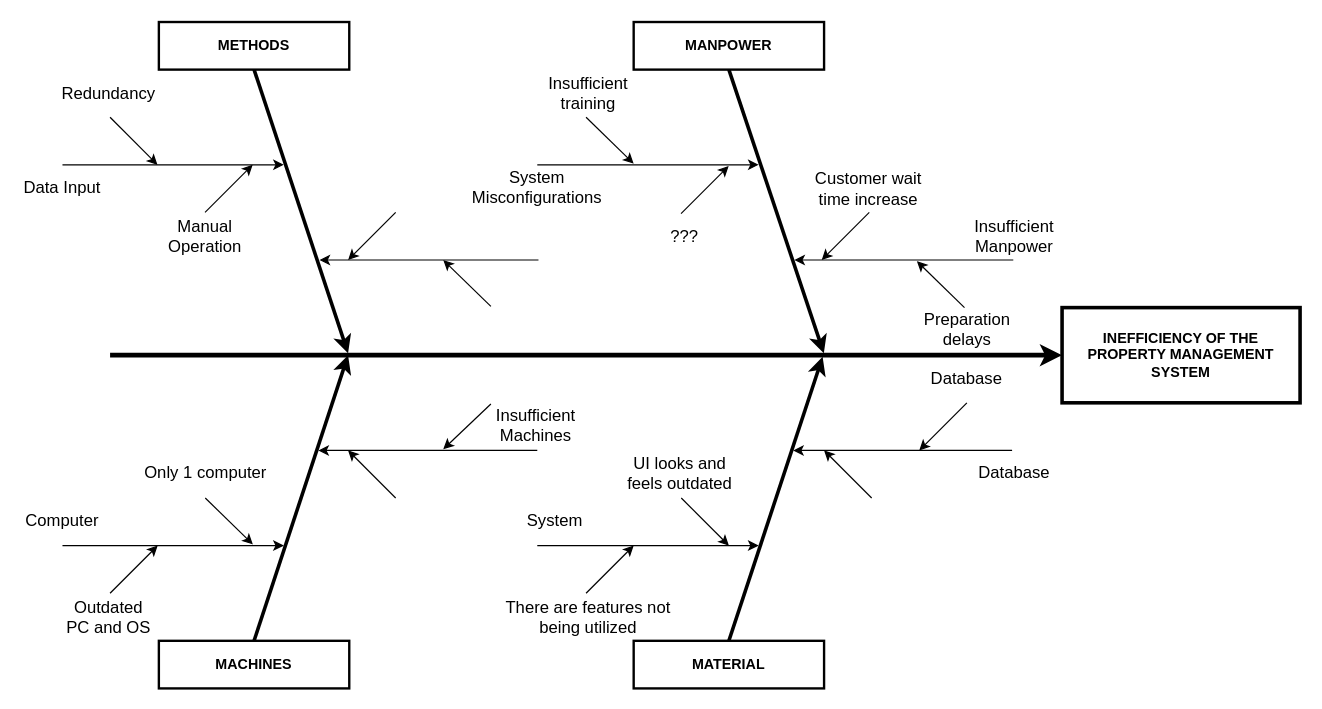
Before: Ishikawa2.drawio in doyaoencab/draw.io, a draw.io diagram. Source tidied: cells renumbered, new cells numbered last; positions are measured from the earlier drawing's top-left corner, leaving out a move shared by most shapes. Both pictures are drawn from the tidied source at 119%, with x=0, y=0 at pixel (20, 21).
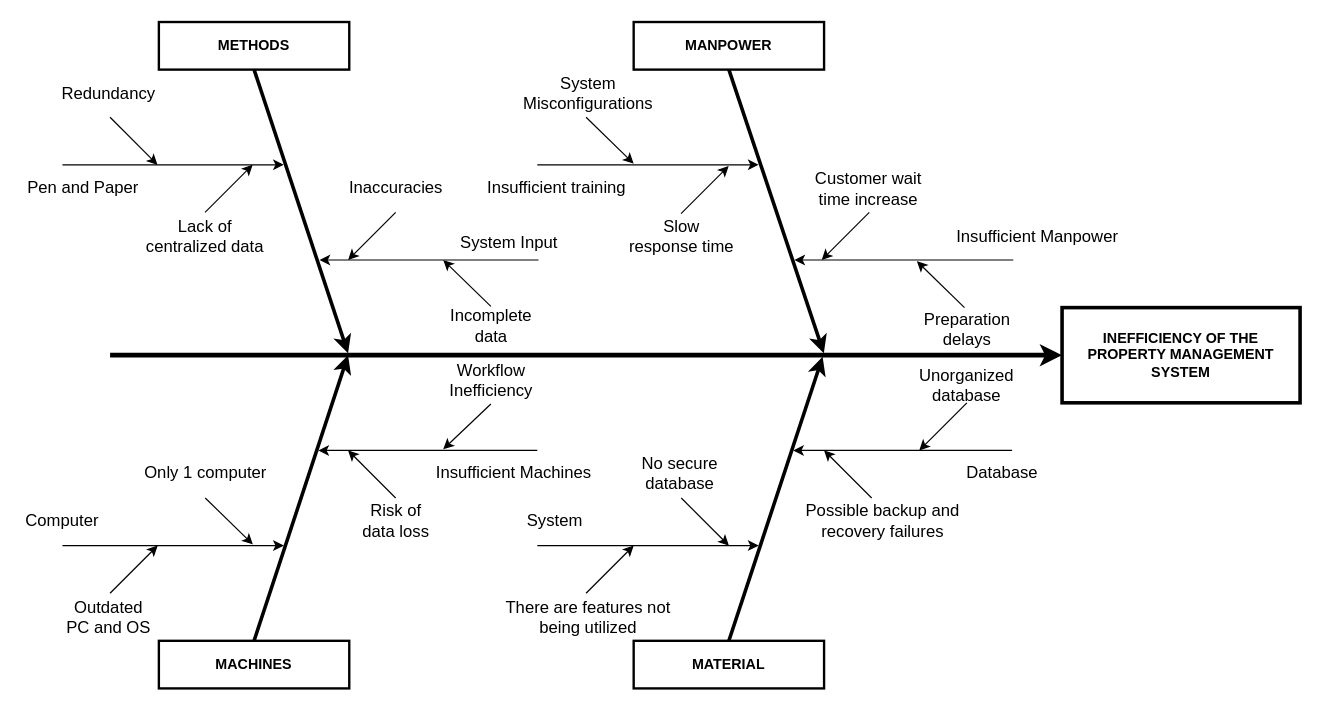
The same page after the edit.

The edit, as a diff of the source:
```diff
@@
-<mxGraphModel>
+<mxGraphModel background="#ffffff">
@@
-    <mxCell id="40" value="&lt;font style=&quot;font-size: 14px;&quot;&gt;UI looks and feels outdated&lt;/font&gt;" style="text;strokeColor=none;align=center;fillColor=none;html=1;verticalAlign=middle;whiteSpace=wrap;rounded=0;" parent="1" vertex="1">
+    <mxCell id="40" value="&lt;span style=&quot;font-size: 14px;&quot;&gt;No secure database&lt;/span&gt;" style="text;strokeColor=none;align=center;fillColor=none;html=1;verticalAlign=middle;whiteSpace=wrap;rounded=0;" parent="1" vertex="1">
       <mxGeometry x="499" y="364" width="110" height="30" as="geometry" />
     </mxCell>
@@
-    <mxCell id="42" value="&lt;font style=&quot;font-size: 14px;&quot;&gt;Data Input&lt;/font&gt;" style="text;strokeColor=none;align=center;fillColor=none;html=1;verticalAlign=middle;whiteSpace=wrap;rounded=0;" parent="1" vertex="1">
-      <mxGeometry y="124" width="70" height="30" as="geometry" />
+    <mxCell id="42" value="&lt;span style=&quot;font-size: 14px;&quot;&gt;Pen and Paper&lt;/span&gt;" style="text;strokeColor=none;align=center;fillColor=none;html=1;verticalAlign=middle;whiteSpace=wrap;rounded=0;" parent="1" vertex="1">
+      <mxGeometry y="124" width="105" height="30" as="geometry" />
     </mxCell>
@@
-    <mxCell id="44" value="&lt;font style=&quot;font-size: 14px;&quot;&gt;Manual Operation&lt;/font&gt;" style="text;strokeColor=none;align=center;fillColor=none;html=1;verticalAlign=middle;whiteSpace=wrap;rounded=0;" parent="1" vertex="1">
-      <mxGeometry x="125" y="165" width="60" height="30" as="geometry" />
+    <mxCell id="44" value="&lt;div&gt;&lt;font style=&quot;font-size: 14px;&quot;&gt;Lack of centralized data&lt;/font&gt;&lt;/div&gt;" style="text;strokeColor=none;align=center;fillColor=none;html=1;verticalAlign=middle;whiteSpace=wrap;rounded=0;" parent="1" vertex="1">
+      <mxGeometry x="100" y="165" width="110" height="30" as="geometry" />
     </mxCell>
     <mxCell id="45" value="&lt;span style=&quot;font-size: 14px;&quot;&gt;System Misconfigurations&lt;/span&gt;" style="text;strokeColor=none;align=center;fillColor=none;html=1;verticalAlign=middle;whiteSpace=wrap;rounded=0;" parent="1" vertex="1">
-      <mxGeometry x="399" y="124" width="70" height="30" as="geometry" />
+      <mxGeometry x="442" y="45" width="70" height="30" as="geometry" />
     </mxCell>
     <mxCell id="46" value="&lt;font style=&quot;font-size: 14px;&quot;&gt;Insufficient training&lt;/font&gt;" style="text;strokeColor=none;align=center;fillColor=none;html=1;verticalAlign=middle;whiteSpace=wrap;rounded=0;" parent="1" vertex="1">
-      <mxGeometry x="447" y="45" width="60" height="30" as="geometry" />
+      <mxGeometry x="386" y="124" width="129" height="30" as="geometry" />
     </mxCell>
-    <mxCell id="47" value="&lt;font style=&quot;font-size: 14px;&quot;&gt;???&lt;/font&gt;" style="text;strokeColor=none;align=center;fillColor=none;html=1;verticalAlign=middle;whiteSpace=wrap;rounded=0;" parent="1" vertex="1">
-      <mxGeometry x="528" y="165" width="60" height="30" as="geometry" />
+    <mxCell id="47" value="&lt;span style=&quot;font-size: 14px;&quot;&gt;Slow response time&lt;/span&gt;" style="text;strokeColor=none;align=center;fillColor=none;html=1;verticalAlign=middle;whiteSpace=wrap;rounded=0;" parent="1" vertex="1">
+      <mxGeometry x="509" y="165" width="93" height="30" as="geometry" />
     </mxCell>
-    <mxCell id="48" value="&lt;font style=&quot;font-size: 14px;&quot;&gt;Database&lt;/font&gt;" style="text;strokeColor=none;align=center;fillColor=none;html=1;verticalAlign=middle;whiteSpace=wrap;rounded=0;" parent="1" vertex="1">
-      <mxGeometry x="805" y="364" width="60" height="30" as="geometry" />
-    </mxCell>
-    <mxCell id="49" value="&lt;font style=&quot;font-size: 14px;&quot;&gt;Database&lt;/font&gt;" style="text;strokeColor=none;align=center;fillColor=none;html=1;verticalAlign=middle;whiteSpace=wrap;rounded=0;" parent="1" vertex="1">
-      <mxGeometry x="765" y="285" width="60" height="30" as="geometry" />
-    </mxCell>
     <mxCell id="50" value="&lt;span style=&quot;font-size: 14px;&quot;&gt;Insufficient Manpower&lt;/span&gt;" style="text;strokeColor=none;align=center;fillColor=none;html=1;verticalAlign=middle;whiteSpace=wrap;rounded=0;" parent="1" vertex="1">
-      <mxGeometry x="800" y="165" width="70" height="30" as="geometry" />
+      <mxGeometry x="777" y="165" width="155" height="30" as="geometry" />
     </mxCell>
@@
     <mxCell id="53" value="&lt;font style=&quot;font-size: 14px;&quot;&gt;Insufficient Machines&lt;/font&gt;" style="text;strokeColor=none;align=center;fillColor=none;html=1;verticalAlign=middle;whiteSpace=wrap;rounded=0;" parent="1" vertex="1">
-      <mxGeometry x="403" y="324" width="60" height="30" as="geometry" />
+      <mxGeometry x="340" y="364" width="149" height="30" as="geometry" />
     </mxCell>
+    <mxCell id="54" value="&lt;font style=&quot;font-size: 14px;&quot;&gt;Workflow Inefficiency&lt;/font&gt;" style="text;strokeColor=none;align=center;fillColor=none;html=1;verticalAlign=middle;whiteSpace=wrap;rounded=0;" parent="1" vertex="1">
+      <mxGeometry x="338" y="286" width="115" height="30" as="geometry" />
+    </mxCell>
+    <mxCell id="55" value="&lt;font style=&quot;font-size: 14px;&quot;&gt;Risk of&lt;/font&gt;&lt;div&gt;&lt;font style=&quot;font-size: 14px;&quot;&gt;data loss&lt;/font&gt;&lt;/div&gt;" style="text;strokeColor=none;align=center;fillColor=none;html=1;verticalAlign=middle;whiteSpace=wrap;rounded=0;" parent="1" vertex="1">
+      <mxGeometry x="258" y="404" width="115" height="30" as="geometry" />
+    </mxCell>
+    <mxCell id="56" value="&lt;span style=&quot;font-size: 14px;&quot;&gt;Database&lt;/span&gt;" style="text;strokeColor=none;align=center;fillColor=none;html=1;verticalAlign=middle;whiteSpace=wrap;rounded=0;" parent="1" vertex="1">
+      <mxGeometry x="795" y="364" width="60" height="30" as="geometry" />
+    </mxCell>
+    <mxCell id="57" value="&lt;span style=&quot;font-size: 14px;&quot;&gt;Unorganized database&lt;/span&gt;" style="text;strokeColor=none;align=center;fillColor=none;html=1;verticalAlign=middle;whiteSpace=wrap;rounded=0;" parent="1" vertex="1">
+      <mxGeometry x="765" y="290" width="60" height="30" as="geometry" />
+    </mxCell>
+    <mxCell id="58" value="&lt;span style=&quot;font-size: 14px;&quot;&gt;System Input&lt;/span&gt;" style="text;strokeColor=none;align=center;fillColor=none;html=1;verticalAlign=middle;whiteSpace=wrap;rounded=0;" parent="1" vertex="1">
+      <mxGeometry x="368" y="170" width="85" height="30" as="geometry" />
+    </mxCell>
+    <mxCell id="59" value="&lt;span style=&quot;font-size: 14px;&quot;&gt;Possible backup and recovery failures&lt;/span&gt;" style="text;strokeColor=none;align=center;fillColor=none;html=1;verticalAlign=middle;whiteSpace=wrap;rounded=0;" parent="1" vertex="1">
+      <mxGeometry x="652.5" y="404" width="142.5" height="30" as="geometry" />
+    </mxCell>
+    <mxCell id="60" value="&lt;span style=&quot;font-size: 14px;&quot;&gt;Inaccuracies&lt;/span&gt;" style="text;strokeColor=none;align=center;fillColor=none;html=1;verticalAlign=middle;whiteSpace=wrap;rounded=0;" parent="1" vertex="1">
+      <mxGeometry x="273" y="124" width="85" height="30" as="geometry" />
+    </mxCell>
+    <mxCell id="61" value="&lt;span style=&quot;font-size: 14px;&quot;&gt;Incomplete data&lt;/span&gt;" style="text;strokeColor=none;align=center;fillColor=none;html=1;verticalAlign=middle;whiteSpace=wrap;rounded=0;" parent="1" vertex="1">
+      <mxGeometry x="353" y="240" width="85" height="30" as="geometry" />
+    </mxCell>
```
